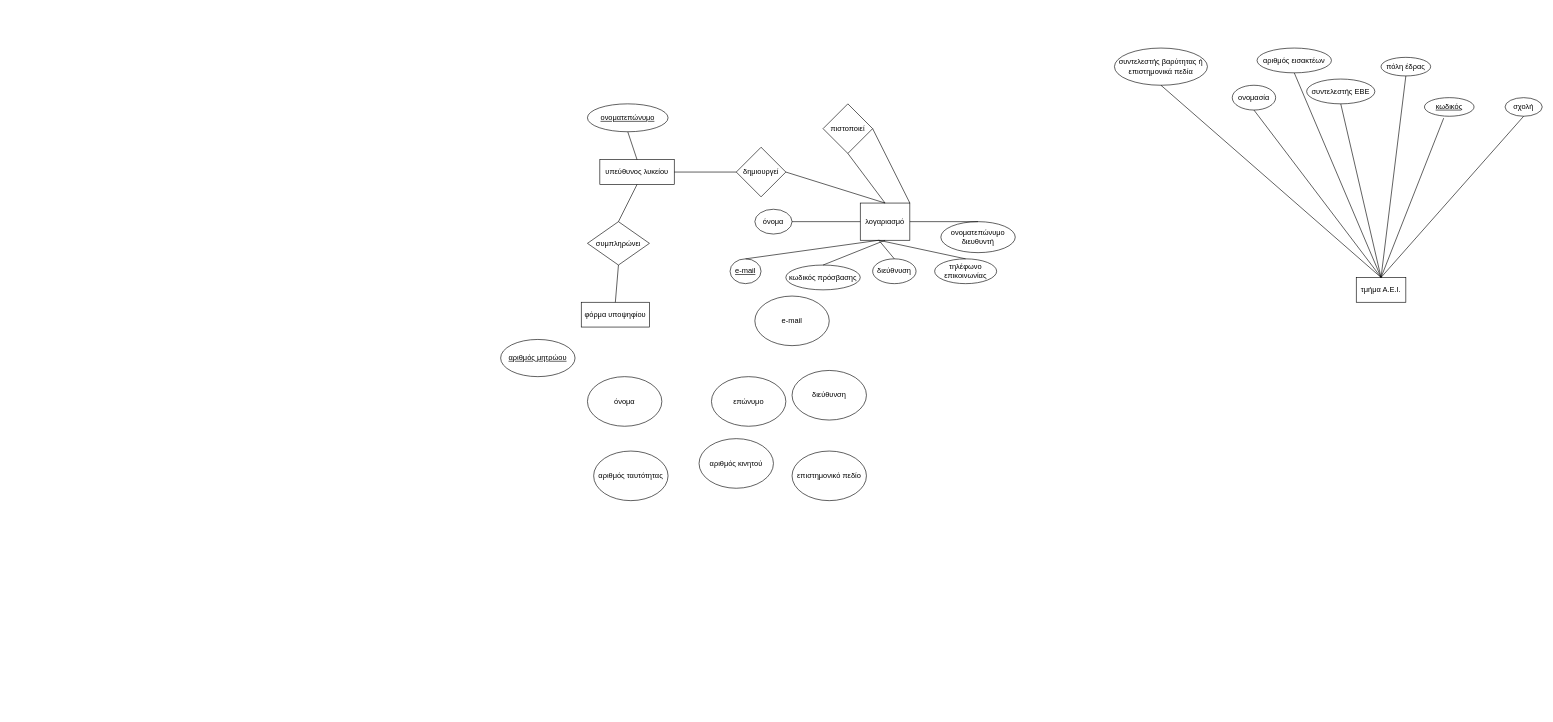
Above: Untitled Diagram.drawio in transwaifu/liakman.github.io (draw.io), before the change. Source tidied: cells renumbered, new cells numbered last; positions are measured from the earlier drawing's top-left corner, leaving out a move shared by most shapes. Both pictures are drawn from the tidied source at 62%, with x=0, y=0 at pixel (500, 48).
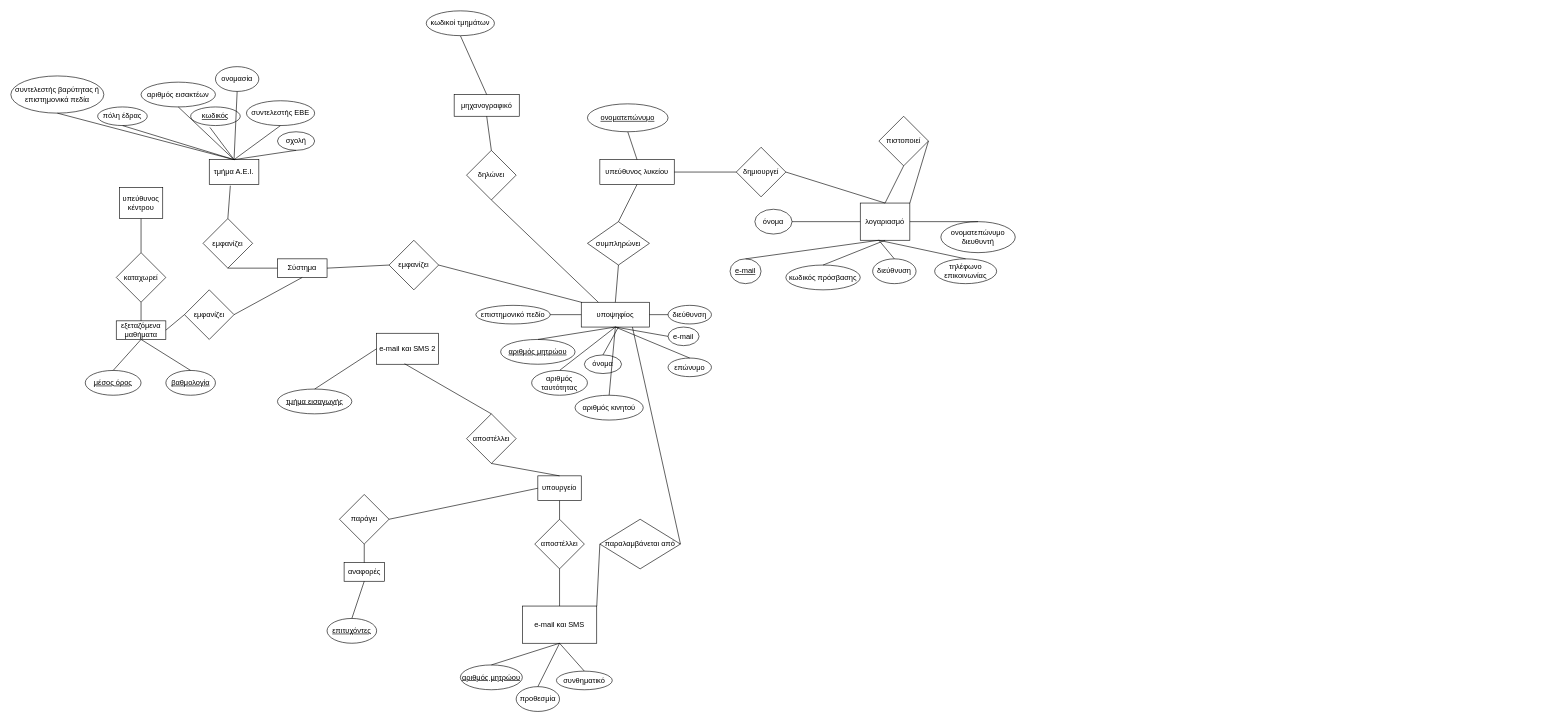
The same diagram, later.

Change to the diagram source:
```diff
@@
-    <mxCell id="2" value="τμήμα Α.Ε.Ι." style="rounded=0;whiteSpace=wrap;html=1;" parent="1" vertex="1">
-      <mxGeometry x="1380" y="370" width="80" height="40" as="geometry" />
-    </mxCell>
-    <mxCell id="3" value="&lt;u&gt;κωδικός&lt;/u&gt;" style="ellipse;whiteSpace=wrap;html=1;" parent="1" vertex="1">
-      <mxGeometry x="1490" y="80" width="80" height="30" as="geometry" />
-    </mxCell>
-    <mxCell id="4" value="ονομασία" style="ellipse;whiteSpace=wrap;html=1;" parent="1" vertex="1">
-      <mxGeometry x="1180" y="60" width="70" height="40" as="geometry" />
-    </mxCell>
-    <mxCell id="5" value="πόλη έδρας" style="ellipse;whiteSpace=wrap;html=1;" parent="1" vertex="1">
-      <mxGeometry x="1420" y="15" width="80" height="30" as="geometry" />
-    </mxCell>
-    <mxCell id="6" value="συντελεστής ΕΒΕ" style="ellipse;whiteSpace=wrap;html=1;" parent="1" vertex="1">
-      <mxGeometry x="1300" y="50" width="110" height="40" as="geometry" />
-    </mxCell>
-    <mxCell id="7" value="σχολή" style="ellipse;whiteSpace=wrap;html=1;" parent="1" vertex="1">
-      <mxGeometry x="1620" y="80" width="60" height="30" as="geometry" />
-    </mxCell>
-    <mxCell id="8" value="αριθμός εισακτέων" style="ellipse;whiteSpace=wrap;html=1;" parent="1" vertex="1">
-      <mxGeometry x="1220" width="120" height="40" as="geometry" />
-    </mxCell>
-    <mxCell id="9" value="συντελεστής βαρύτητας ή επιστημονικά πεδία" style="ellipse;whiteSpace=wrap;html=1;" parent="1" vertex="1">
-      <mxGeometry x="990" width="150" height="60" as="geometry" />
-    </mxCell>
-    <mxCell id="10" style="endArrow=none;html=1;rounded=0;entryX=0.5;entryY=0;entryDx=0;entryDy=0;exitX=0.5;exitY=1;exitDx=0;exitDy=0;" parent="1" edge="1" source="5" target="2">
-      <mxGeometry relative="1" as="geometry" />
-    </mxCell>
-    <mxCell id="11" style="endArrow=none;html=1;rounded=0;entryX=0.5;entryY=0;entryDx=0;entryDy=0;exitX=0.5;exitY=1;exitDx=0;exitDy=0;" parent="1" edge="1" source="7" target="2">
-      <mxGeometry relative="1" as="geometry" />
-    </mxCell>
-    <mxCell id="12" style="endArrow=none;html=1;rounded=0;exitX=0.5;exitY=0;exitDx=0;exitDy=0;entryX=0.5;entryY=1;entryDx=0;entryDy=0;" parent="1" edge="1" source="2" target="4">
-      <mxGeometry relative="1" as="geometry" />
-    </mxCell>
-    <mxCell id="13" style="endArrow=none;html=1;rounded=0;entryX=0.5;entryY=1;entryDx=0;entryDy=0;exitX=0.5;exitY=0;exitDx=0;exitDy=0;" parent="1" edge="1" source="2" target="6">
-      <mxGeometry relative="1" as="geometry" />
-    </mxCell>
-    <mxCell id="14" style="endArrow=none;html=1;rounded=0;exitX=0.5;exitY=0;exitDx=0;exitDy=0;entryX=0.388;entryY=1.1;entryDx=0;entryDy=0;entryPerimeter=0;" parent="1" edge="1" source="2" target="3">
-      <mxGeometry relative="1" as="geometry" />
-    </mxCell>
-    <mxCell id="15" style="endArrow=none;html=1;rounded=0;entryX=0.5;entryY=1;entryDx=0;entryDy=0;exitX=0.5;exitY=0;exitDx=0;exitDy=0;" parent="1" edge="1" source="2" target="8">
-      <mxGeometry relative="1" as="geometry" />
-    </mxCell>
-    <mxCell id="16" style="endArrow=none;html=1;rounded=0;entryX=0.5;entryY=0;entryDx=0;entryDy=0;exitX=0.5;exitY=1;exitDx=0;exitDy=0;" parent="1" edge="1" source="9" target="2">
-      <mxGeometry relative="1" as="geometry" />
-    </mxCell>
@@
     <mxCell id="36" value="πιστοποιεί" style="rhombus;whiteSpace=wrap;html=1;" parent="1" vertex="1">
-      <mxGeometry x="520" y="90" width="80" height="80" as="geometry" />
+      <mxGeometry x="610" y="110" width="80" height="80" as="geometry" />
     </mxCell>
@@
-    <mxCell id="41" value="φόρμα υποψηφίου" style="rounded=0;whiteSpace=wrap;html=1;" parent="1" vertex="1">
+    <mxCell id="41" value="υποψηφίος" style="rounded=0;whiteSpace=wrap;html=1;" parent="1" vertex="1">
       <mxGeometry x="130" y="410" width="110" height="40" as="geometry" />
     </mxCell>
@@
     <mxCell id="43" value="όνομα" style="ellipse;whiteSpace=wrap;html=1;" parent="1" vertex="1">
-      <mxGeometry x="140" y="530" width="120" height="80" as="geometry" />
+      <mxGeometry x="135" y="495" width="60" height="30" as="geometry" />
     </mxCell>
     <mxCell id="44" value="επώνυμο" style="ellipse;whiteSpace=wrap;html=1;" parent="1" vertex="1">
-      <mxGeometry x="340" y="530" width="120" height="80" as="geometry" />
+      <mxGeometry x="270" y="500" width="70" height="30" as="geometry" />
     </mxCell>
     <mxCell id="45" value="&lt;u&gt;αριθμός μητρώου&lt;/u&gt;" style="ellipse;whiteSpace=wrap;html=1;" parent="1" vertex="1">
-      <mxGeometry y="470" width="120" height="60" as="geometry" />
+      <mxGeometry y="470" width="120" height="40" as="geometry" />
     </mxCell>
     <mxCell id="46" value="αριθμός ταυτότητας" style="ellipse;whiteSpace=wrap;html=1;" parent="1" vertex="1">
-      <mxGeometry x="150" y="650" width="120" height="80" as="geometry" />
+      <mxGeometry x="50" y="520" width="90" height="40" as="geometry" />
     </mxCell>
     <mxCell id="47" value="αριθμός κινητού" style="ellipse;whiteSpace=wrap;html=1;" parent="1" vertex="1">
-      <mxGeometry x="320" y="630" width="120" height="80" as="geometry" />
+      <mxGeometry x="120" y="560" width="110" height="40" as="geometry" />
     </mxCell>
     <mxCell id="48" value="e-mail" style="ellipse;whiteSpace=wrap;html=1;" parent="1" vertex="1">
-      <mxGeometry x="410" y="400" width="120" height="80" as="geometry" />
+      <mxGeometry x="270" y="450" width="50" height="30" as="geometry" />
     </mxCell>
     <mxCell id="49" value="διεύθυνση" style="ellipse;whiteSpace=wrap;html=1;" parent="1" vertex="1">
-      <mxGeometry x="470" y="520" width="120" height="80" as="geometry" />
+      <mxGeometry x="270" y="415" width="70" height="30" as="geometry" />
     </mxCell>
     <mxCell id="50" value="επιστημονικό πεδίο" style="ellipse;whiteSpace=wrap;html=1;" parent="1" vertex="1">
-      <mxGeometry x="470" y="650" width="120" height="80" as="geometry" />
+      <mxGeometry x="-40" y="415" width="120" height="30" as="geometry" />
     </mxCell>
+    <mxCell id="51" style="endArrow=none;html=1;rounded=0;entryX=0.5;entryY=1;entryDx=0;entryDy=0;exitX=0.5;exitY=0;exitDx=0;exitDy=0;" parent="1" edge="1" source="45" target="41">
+      <mxGeometry relative="1" as="geometry" />
+    </mxCell>
+    <mxCell id="52" style="endArrow=none;html=1;rounded=0;exitX=0.5;exitY=0;exitDx=0;exitDy=0;" parent="1" edge="1" source="43">
+      <mxGeometry relative="1" as="geometry">
+        <mxPoint x="190" y="450" as="targetPoint" />
+      </mxGeometry>
+    </mxCell>
+    <mxCell id="53" style="endArrow=none;html=1;rounded=0;entryX=0.5;entryY=1;entryDx=0;entryDy=0;exitX=0.5;exitY=0;exitDx=0;exitDy=0;" parent="1" edge="1" source="44" target="41">
+      <mxGeometry relative="1" as="geometry" />
+    </mxCell>
+    <mxCell id="54" style="endArrow=none;html=1;rounded=0;entryX=0.5;entryY=1;entryDx=0;entryDy=0;exitX=0.5;exitY=0;exitDx=0;exitDy=0;" parent="1" edge="1" source="46" target="41">
+      <mxGeometry relative="1" as="geometry" />
+    </mxCell>
+    <mxCell id="55" style="endArrow=none;html=1;rounded=0;entryX=0.5;entryY=1;entryDx=0;entryDy=0;exitX=0.5;exitY=0;exitDx=0;exitDy=0;" parent="1" edge="1" source="47" target="41">
+      <mxGeometry relative="1" as="geometry" />
+    </mxCell>
+    <mxCell id="56" style="endArrow=none;html=1;rounded=0;entryX=0.5;entryY=1;entryDx=0;entryDy=0;exitX=0;exitY=0.5;exitDx=0;exitDy=0;" parent="1" edge="1" source="48" target="41">
+      <mxGeometry relative="1" as="geometry" />
+    </mxCell>
+    <mxCell id="57" style="endArrow=none;html=1;rounded=0;entryX=0;entryY=0.5;entryDx=0;entryDy=0;exitX=1;exitY=0.5;exitDx=0;exitDy=0;" parent="1" edge="1" source="50" target="41">
+      <mxGeometry relative="1" as="geometry" />
+    </mxCell>
+    <mxCell id="58" style="endArrow=none;html=1;rounded=0;entryX=1;entryY=0.5;entryDx=0;entryDy=0;exitX=0;exitY=0.5;exitDx=0;exitDy=0;" parent="1" edge="1" source="49" target="41">
+      <mxGeometry relative="1" as="geometry" />
+    </mxCell>
+    <mxCell id="59" value="καταχωρεί" style="rhombus;whiteSpace=wrap;html=1;" parent="1" vertex="1">
+      <mxGeometry x="-620" y="330" width="80" height="80" as="geometry" />
+    </mxCell>
+    <mxCell id="60" value="υπεύθυνος κέντρου" style="rounded=0;whiteSpace=wrap;html=1;" parent="1" vertex="1">
+      <mxGeometry x="-615" y="225" width="70" height="50" as="geometry" />
+    </mxCell>
+    <mxCell id="61" value="&lt;u&gt;βαθμολογία&lt;/u&gt;" style="ellipse;whiteSpace=wrap;html=1;" parent="1" vertex="1">
+      <mxGeometry x="-540" y="520" width="80" height="40" as="geometry" />
+    </mxCell>
+    <mxCell id="62" value="εξεταζόμενα μαθήματα" style="rounded=0;whiteSpace=wrap;html=1;" parent="1" vertex="1">
+      <mxGeometry x="-620" y="440" width="80" height="30" as="geometry" />
+    </mxCell>
+    <mxCell id="63" style="endArrow=none;html=1;rounded=0;entryX=0.5;entryY=1;entryDx=0;entryDy=0;exitX=0.5;exitY=0;exitDx=0;exitDy=0;" parent="1" edge="1" source="62" target="59">
+      <mxGeometry relative="1" as="geometry" />
+    </mxCell>
+    <mxCell id="64" style="endArrow=none;html=1;rounded=0;entryX=0.5;entryY=1;entryDx=0;entryDy=0;exitX=0.5;exitY=0;exitDx=0;exitDy=0;" parent="1" edge="1" source="61" target="62">
+      <mxGeometry relative="1" as="geometry" />
+    </mxCell>
+    <mxCell id="65" value="υπουργείο" style="rounded=0;whiteSpace=wrap;html=1;" parent="1" vertex="1">
+      <mxGeometry x="60" y="690" width="70" height="40" as="geometry" />
+    </mxCell>
+    <mxCell id="66" value="αποστέλλει" style="rhombus;whiteSpace=wrap;html=1;" parent="1" vertex="1">
+      <mxGeometry x="55" y="760" width="80" height="80" as="geometry" />
+    </mxCell>
+    <mxCell id="67" style="endArrow=none;html=1;rounded=0;entryX=0.5;entryY=1;entryDx=0;entryDy=0;exitX=0.5;exitY=0;exitDx=0;exitDy=0;" parent="1" edge="1" source="66" target="65">
+      <mxGeometry relative="1" as="geometry" />
+    </mxCell>
+    <mxCell id="68" value="e-mail και SMS" style="rounded=0;whiteSpace=wrap;html=1;" parent="1" vertex="1">
+      <mxGeometry x="35" y="900" width="120" height="60" as="geometry" />
+    </mxCell>
+    <mxCell id="69" value="&lt;u&gt;αριθμός μητρώου&lt;/u&gt;" style="ellipse;whiteSpace=wrap;html=1;" parent="1" vertex="1">
+      <mxGeometry x="-65" y="995" width="100" height="40" as="geometry" />
+    </mxCell>
+    <mxCell id="70" value="συνθηματικό" style="ellipse;whiteSpace=wrap;html=1;" parent="1" vertex="1">
+      <mxGeometry x="90" y="1005" width="90" height="30" as="geometry" />
+    </mxCell>
+    <mxCell id="71" style="endArrow=none;html=1;rounded=0;entryX=0.5;entryY=1;entryDx=0;entryDy=0;exitX=0.5;exitY=0;exitDx=0;exitDy=0;" parent="1" edge="1" source="69" target="68">
+      <mxGeometry relative="1" as="geometry" />
+    </mxCell>
+    <mxCell id="72" style="endArrow=none;html=1;rounded=0;entryX=0.5;entryY=1;entryDx=0;entryDy=0;exitX=0.5;exitY=0;exitDx=0;exitDy=0;" parent="1" edge="1" source="70" target="68">
+      <mxGeometry relative="1" as="geometry" />
+    </mxCell>
+    <mxCell id="73" style="endArrow=none;html=1;rounded=0;entryX=0.5;entryY=1;entryDx=0;entryDy=0;exitX=0.5;exitY=0;exitDx=0;exitDy=0;" parent="1" edge="1" source="68" target="66">
+      <mxGeometry relative="1" as="geometry" />
+    </mxCell>
+    <mxCell id="74" value="παραλαμβάνεται από" style="rhombus;whiteSpace=wrap;html=1;" parent="1" vertex="1">
+      <mxGeometry x="160" y="760" width="130" height="80" as="geometry" />
+    </mxCell>
+    <mxCell id="75" style="endArrow=none;html=1;rounded=0;exitX=1;exitY=0.5;exitDx=0;exitDy=0;entryX=0.75;entryY=1;entryDx=0;entryDy=0;" parent="1" edge="1" source="74" target="41">
+      <mxGeometry relative="1" as="geometry" />
+    </mxCell>
+    <mxCell id="76" value="&lt;u&gt;μέσος όρος&lt;/u&gt;" style="ellipse;whiteSpace=wrap;html=1;" parent="1" vertex="1">
+      <mxGeometry x="-670" y="520" width="90" height="40" as="geometry" />
+    </mxCell>
+    <mxCell id="77" style="endArrow=none;html=1;rounded=0;entryX=0.5;entryY=1;entryDx=0;entryDy=0;exitX=0.5;exitY=0;exitDx=0;exitDy=0;" parent="1" edge="1" source="76" target="62">
+      <mxGeometry relative="1" as="geometry" />
+    </mxCell>
+    <mxCell id="78" value="προθεσμία" style="ellipse;whiteSpace=wrap;html=1;" parent="1" vertex="1">
+      <mxGeometry x="25" y="1030" width="70" height="40" as="geometry" />
+    </mxCell>
+    <mxCell id="79" style="endArrow=none;html=1;rounded=0;entryX=0.5;entryY=1;entryDx=0;entryDy=0;exitX=0.5;exitY=0;exitDx=0;exitDy=0;" parent="1" edge="1" source="78" target="68">
+      <mxGeometry relative="1" as="geometry" />
+    </mxCell>
+    <mxCell id="80" value="Σύστημα" style="rounded=0;whiteSpace=wrap;html=1;" parent="1" vertex="1">
+      <mxGeometry x="-360" y="340" width="80" height="30" as="geometry" />
+    </mxCell>
+    <mxCell id="81" value="εμφανίζει" style="rhombus;whiteSpace=wrap;html=1;" parent="1" vertex="1">
+      <mxGeometry x="-180" y="310" width="80" height="80" as="geometry" />
+    </mxCell>
+    <mxCell id="82" style="endArrow=none;html=1;rounded=0;entryX=0;entryY=0.5;entryDx=0;entryDy=0;exitX=1;exitY=0.5;exitDx=0;exitDy=0;" parent="1" edge="1" source="80" target="81">
+      <mxGeometry relative="1" as="geometry" />
+    </mxCell>
+    <mxCell id="83" style="endArrow=none;html=1;rounded=0;exitX=1;exitY=0.5;exitDx=0;exitDy=0;entryX=0;entryY=0;entryDx=0;entryDy=0;" parent="1" edge="1" source="81" target="41">
+      <mxGeometry relative="1" as="geometry" />
+    </mxCell>
+    <mxCell id="84" value="εμφανίζει" style="rhombus;whiteSpace=wrap;html=1;" parent="1" vertex="1">
+      <mxGeometry x="-510" y="390" width="80" height="80" as="geometry" />
+    </mxCell>
+    <mxCell id="85" style="endArrow=none;html=1;rounded=0;exitX=1;exitY=0;exitDx=0;exitDy=0;entryX=0;entryY=0.5;entryDx=0;entryDy=0;" parent="1" edge="1" source="68" target="74">
+      <mxGeometry relative="1" as="geometry" />
+    </mxCell>
+    <mxCell id="86" style="text;html=1;align=center;verticalAlign=middle;strokeColor=none;fillColor=none;" parent="1" vertex="1">
+      <mxGeometry x="-510" y="-20" width="20" height="20" as="geometry" />
+    </mxCell>
+    <mxCell id="2" value="τμήμα Α.Ε.Ι." style="rounded=0;whiteSpace=wrap;html=1;" parent="1" vertex="1">
+      <mxGeometry x="-470" y="180" width="80" height="40" as="geometry" />
+    </mxCell>
+    <mxCell id="3" value="&lt;u&gt;κωδικός&lt;/u&gt;" style="ellipse;whiteSpace=wrap;html=1;" parent="1" vertex="1">
+      <mxGeometry x="-500" y="95" width="80" height="30" as="geometry" />
+    </mxCell>
+    <mxCell id="4" value="ονομασία" style="ellipse;whiteSpace=wrap;html=1;" parent="1" vertex="1">
+      <mxGeometry x="-460" y="30" width="70" height="40" as="geometry" />
+    </mxCell>
+    <mxCell id="5" value="πόλη έδρας" style="ellipse;whiteSpace=wrap;html=1;" parent="1" vertex="1">
+      <mxGeometry x="-650" y="95" width="80" height="30" as="geometry" />
+    </mxCell>
+    <mxCell id="6" value="συντελεστής ΕΒΕ" style="ellipse;whiteSpace=wrap;html=1;" parent="1" vertex="1">
+      <mxGeometry x="-410" y="85" width="110" height="40" as="geometry" />
+    </mxCell>
+    <mxCell id="7" value="σχολή" style="ellipse;whiteSpace=wrap;html=1;" parent="1" vertex="1">
+      <mxGeometry x="-360" y="135" width="60" height="30" as="geometry" />
+    </mxCell>
+    <mxCell id="8" value="αριθμός εισακτέων" style="ellipse;whiteSpace=wrap;html=1;" parent="1" vertex="1">
+      <mxGeometry x="-580" y="55" width="120" height="40" as="geometry" />
+    </mxCell>
+    <mxCell id="9" value="συντελεστής βαρύτητας ή επιστημονικά πεδία" style="ellipse;whiteSpace=wrap;html=1;" parent="1" vertex="1">
+      <mxGeometry x="-790" y="45" width="150" height="60" as="geometry" />
+    </mxCell>
+    <mxCell id="10" style="endArrow=none;html=1;rounded=0;entryX=0.5;entryY=0;entryDx=0;entryDy=0;exitX=0.5;exitY=1;exitDx=0;exitDy=0;" parent="1" edge="1" source="5" target="2">
+      <mxGeometry relative="1" as="geometry" />
+    </mxCell>
+    <mxCell id="11" style="endArrow=none;html=1;rounded=0;entryX=0.5;entryY=0;entryDx=0;entryDy=0;exitX=0.5;exitY=1;exitDx=0;exitDy=0;" parent="1" edge="1" source="7" target="2">
+      <mxGeometry relative="1" as="geometry" />
+    </mxCell>
+    <mxCell id="12" style="endArrow=none;html=1;rounded=0;exitX=0.5;exitY=0;exitDx=0;exitDy=0;entryX=0.5;entryY=1;entryDx=0;entryDy=0;" parent="1" edge="1" source="2" target="4">
+      <mxGeometry relative="1" as="geometry" />
+    </mxCell>
+    <mxCell id="13" style="endArrow=none;html=1;rounded=0;entryX=0.5;entryY=1;entryDx=0;entryDy=0;exitX=0.5;exitY=0;exitDx=0;exitDy=0;" parent="1" edge="1" source="2" target="6">
+      <mxGeometry relative="1" as="geometry" />
+    </mxCell>
+    <mxCell id="14" style="endArrow=none;html=1;rounded=0;exitX=0.5;exitY=0;exitDx=0;exitDy=0;entryX=0.388;entryY=1.1;entryDx=0;entryDy=0;entryPerimeter=0;" parent="1" edge="1" source="2" target="3">
+      <mxGeometry relative="1" as="geometry" />
+    </mxCell>
+    <mxCell id="15" style="endArrow=none;html=1;rounded=0;entryX=0.5;entryY=1;entryDx=0;entryDy=0;exitX=0.5;exitY=0;exitDx=0;exitDy=0;" parent="1" edge="1" source="2" target="8">
+      <mxGeometry relative="1" as="geometry" />
+    </mxCell>
+    <mxCell id="16" style="endArrow=none;html=1;rounded=0;entryX=0.5;entryY=0;entryDx=0;entryDy=0;exitX=0.5;exitY=1;exitDx=0;exitDy=0;" parent="1" edge="1" source="9" target="2">
+      <mxGeometry relative="1" as="geometry" />
+    </mxCell>
+    <mxCell id="87" value="εμφανίζει" style="rhombus;whiteSpace=wrap;html=1;" parent="1" vertex="1">
+      <mxGeometry x="-480" y="275" width="80" height="80" as="geometry" />
+    </mxCell>
+    <mxCell id="88" style="endArrow=none;html=1;rounded=0;entryX=0;entryY=0.5;entryDx=0;entryDy=0;exitX=0.5;exitY=1;exitDx=0;exitDy=0;" parent="1" edge="1" source="87" target="80">
+      <mxGeometry relative="1" as="geometry" />
+    </mxCell>
+    <mxCell id="89" style="endArrow=none;html=1;rounded=0;entryX=0.425;entryY=1.05;entryDx=0;entryDy=0;entryPerimeter=0;exitX=0.5;exitY=0;exitDx=0;exitDy=0;" parent="1" edge="1" source="87" target="2">
+      <mxGeometry relative="1" as="geometry" />
+    </mxCell>
+    <mxCell id="90" value="δηλώνει" style="rhombus;whiteSpace=wrap;html=1;" parent="1" vertex="1">
+      <mxGeometry x="-55" y="165" width="80" height="80" as="geometry" />
+    </mxCell>
+    <mxCell id="91" style="endArrow=none;html=1;rounded=0;entryX=0.25;entryY=0;entryDx=0;entryDy=0;exitX=0.5;exitY=1;exitDx=0;exitDy=0;" parent="1" edge="1" source="90" target="41">
+      <mxGeometry relative="1" as="geometry" />
+    </mxCell>
+    <mxCell id="92" value="μηχανογραφικό" style="rounded=0;whiteSpace=wrap;html=1;" parent="1" vertex="1">
+      <mxGeometry x="-75" y="75" width="105" height="35" as="geometry" />
+    </mxCell>
+    <mxCell id="93" style="endArrow=none;html=1;rounded=0;entryX=0.5;entryY=0;entryDx=0;entryDy=0;exitX=0.5;exitY=1;exitDx=0;exitDy=0;" parent="1" edge="1" source="92" target="90">
+      <mxGeometry relative="1" as="geometry" />
+    </mxCell>
+    <mxCell id="94" style="endArrow=none;html=1;rounded=0;exitX=0.5;exitY=0;exitDx=0;exitDy=0;entryX=0.5;entryY=1;entryDx=0;entryDy=0;" parent="1" edge="1" source="92" target="95">
+      <mxGeometry relative="1" as="geometry" />
+    </mxCell>
+    <mxCell id="95" value="κωδικοί τμημάτων" style="ellipse;whiteSpace=wrap;html=1;" parent="1" vertex="1">
+      <mxGeometry x="-120" y="-60" width="110" height="40" as="geometry" />
+    </mxCell>
+    <mxCell id="96" value="αποστέλλει" style="rhombus;whiteSpace=wrap;html=1;" parent="1" vertex="1">
+      <mxGeometry x="-55" y="590" width="80" height="80" as="geometry" />
+    </mxCell>
+    <mxCell id="97" style="endArrow=none;html=1;rounded=0;entryX=0.5;entryY=0;entryDx=0;entryDy=0;exitX=0.5;exitY=1;exitDx=0;exitDy=0;" parent="1" edge="1" source="96" target="65">
+      <mxGeometry relative="1" as="geometry" />
+    </mxCell>
+    <mxCell id="98" value="e-mail και SMS 2" style="rounded=0;whiteSpace=wrap;html=1;" parent="1" vertex="1">
+      <mxGeometry x="-200" y="460" width="100" height="50" as="geometry" />
+    </mxCell>
+    <mxCell id="99" style="endArrow=none;html=1;rounded=0;entryX=0.5;entryY=0;entryDx=0;entryDy=0;exitX=0.45;exitY=0.983;exitDx=0;exitDy=0;exitPerimeter=0;" parent="1" edge="1" source="98" target="96">
+      <mxGeometry relative="1" as="geometry" />
+    </mxCell>
+    <mxCell id="100" value="&lt;u&gt;τμήμα εισαγωγής&lt;/u&gt;" style="ellipse;whiteSpace=wrap;html=1;" parent="1" vertex="1">
+      <mxGeometry x="-360" y="550" width="120" height="40" as="geometry" />
+    </mxCell>
+    <mxCell id="101" style="endArrow=none;html=1;rounded=0;entryX=0;entryY=0.5;entryDx=0;entryDy=0;exitX=1;exitY=0.5;exitDx=0;exitDy=0;" parent="1" edge="1" source="62" target="84">
+      <mxGeometry relative="1" as="geometry" />
+    </mxCell>
+    <mxCell id="102" style="endArrow=none;html=1;rounded=0;entryX=0.5;entryY=1;entryDx=0;entryDy=0;exitX=0.5;exitY=0;exitDx=0;exitDy=0;" parent="1" edge="1" source="59" target="60">
+      <mxGeometry relative="1" as="geometry" />
+    </mxCell>
+    <mxCell id="103" style="endArrow=none;html=1;rounded=0;entryX=0.5;entryY=1;entryDx=0;entryDy=0;exitX=1;exitY=0.5;exitDx=0;exitDy=0;" parent="1" edge="1" source="84" target="80">
+      <mxGeometry relative="1" as="geometry" />
+    </mxCell>
+    <mxCell id="104" style="endArrow=none;html=1;rounded=0;entryX=0;entryY=0.5;entryDx=0;entryDy=0;exitX=0.5;exitY=0;exitDx=0;exitDy=0;" parent="1" edge="1" source="100" target="98">
+      <mxGeometry relative="1" as="geometry" />
+    </mxCell>
+    <mxCell id="105" style="endArrow=none;html=1;rounded=0;entryX=0;entryY=0.5;entryDx=0;entryDy=0;exitX=1;exitY=0.5;exitDx=0;exitDy=0;" parent="1" edge="1" source="106" target="65">
+      <mxGeometry relative="1" as="geometry" />
+    </mxCell>
+    <mxCell id="106" value="παράγει" style="rhombus;whiteSpace=wrap;html=1;" parent="1" vertex="1">
+      <mxGeometry x="-260" y="720" width="80" height="80" as="geometry" />
+    </mxCell>
+    <mxCell id="107" value="αναφορές" style="rounded=0;whiteSpace=wrap;html=1;" parent="1" vertex="1">
+      <mxGeometry x="-252.5" y="830" width="65" height="30" as="geometry" />
+    </mxCell>
+    <mxCell id="108" style="endArrow=none;html=1;rounded=0;entryX=0.5;entryY=1;entryDx=0;entryDy=0;exitX=0.5;exitY=0;exitDx=0;exitDy=0;" parent="1" edge="1" source="107" target="106">
+      <mxGeometry relative="1" as="geometry" />
+    </mxCell>
+    <mxCell id="109" value="&lt;u&gt;επιτυχόντες&lt;/u&gt;" style="ellipse;whiteSpace=wrap;html=1;" parent="1" vertex="1">
+      <mxGeometry x="-280" y="920" width="80" height="40" as="geometry" />
+    </mxCell>
+    <mxCell id="110" style="endArrow=none;html=1;rounded=0;entryX=0.5;entryY=1;entryDx=0;entryDy=0;exitX=0.5;exitY=0;exitDx=0;exitDy=0;" parent="1" edge="1" source="109" target="107">
+      <mxGeometry relative="1" as="geometry" />
+    </mxCell>
```
